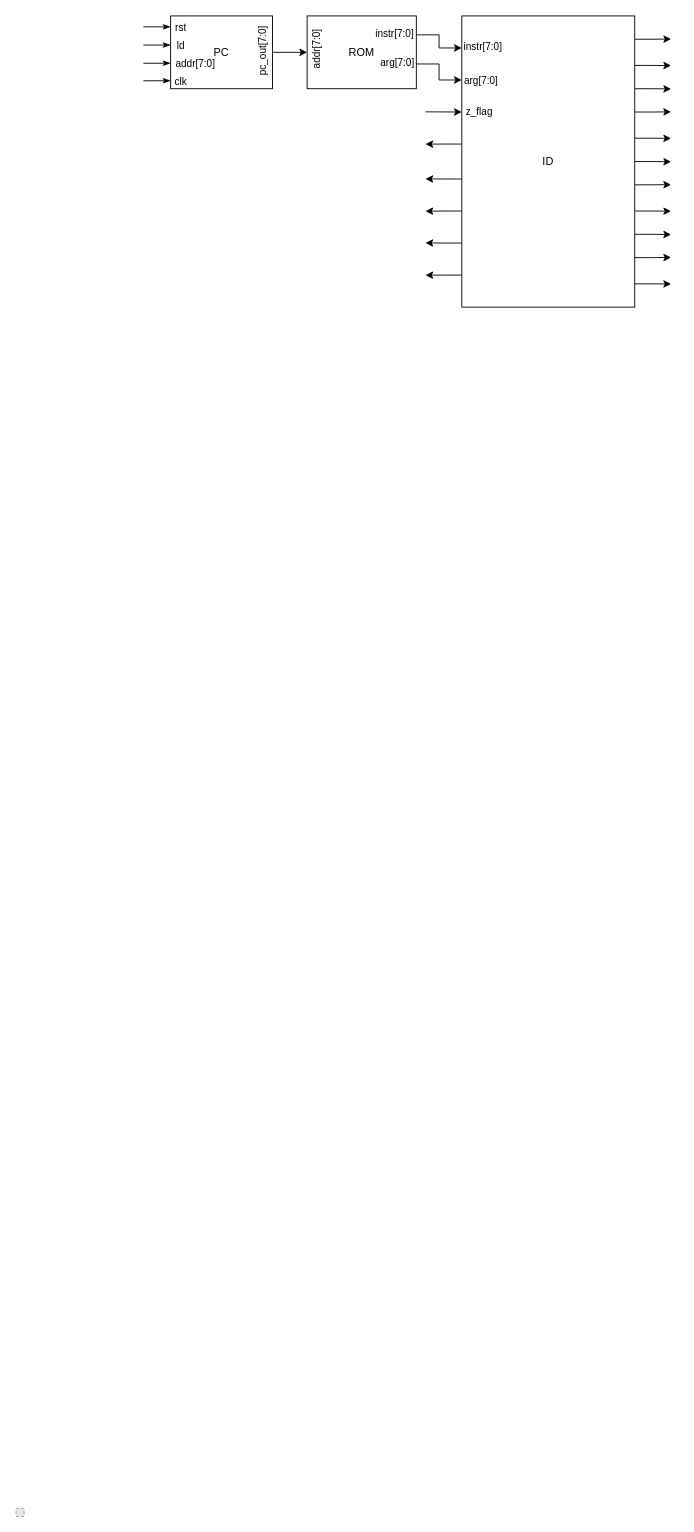
orszoooo/OneCycleCPU keeps this draw.io diagram as Docs/cpu.drawio. Above is the earlier version. Source tidied: cells renumbered, new cells numbered last; positions are measured from the earlier drawing's top-left corner, leaving out a move shared by most shapes. Both pictures are drawn from the tidied source at 91%, with x=0, y=0 at pixel (15, 15). Pictures stored in the file or linked from it are replaced by grey dashed boxes.
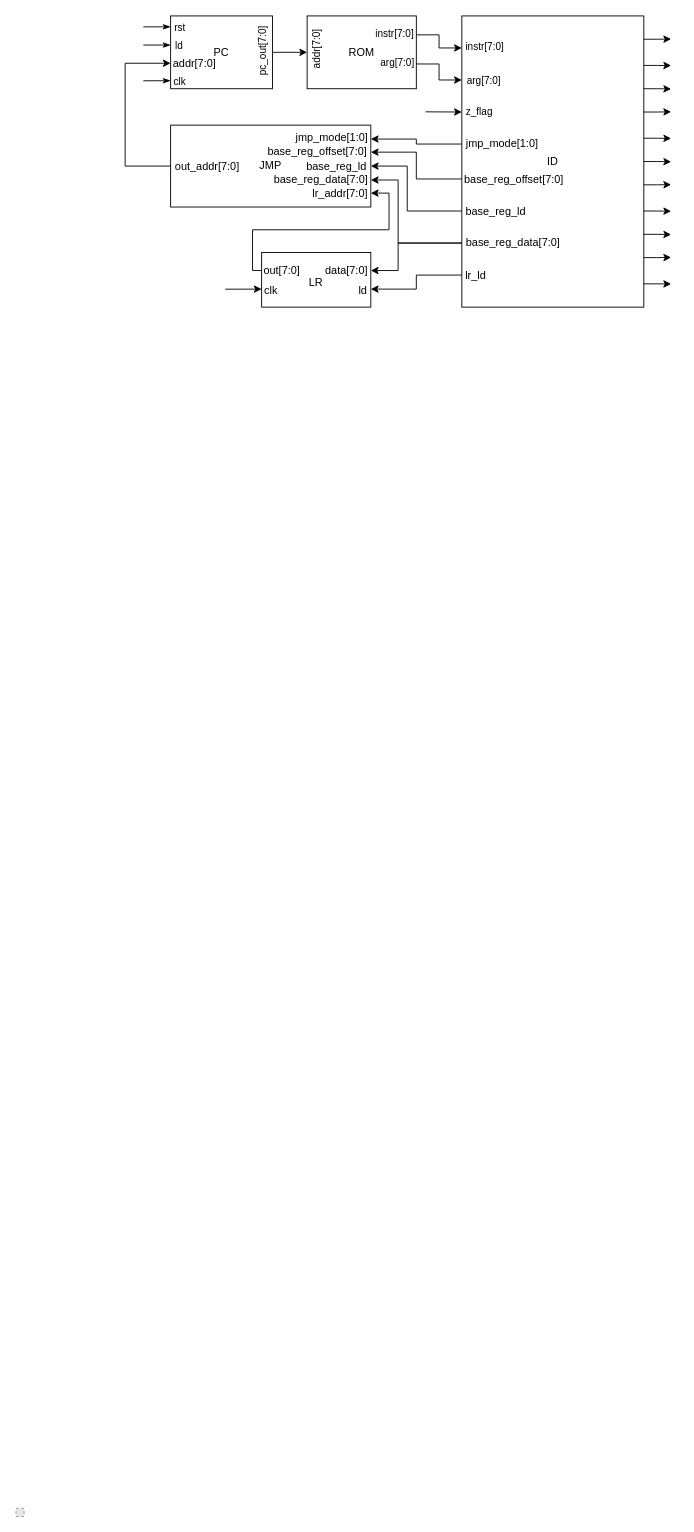
Above is the later version.

Unchanged cells that the change refers to:
```xml
<mxCell id="24" style="edgeStyle=orthogonalEdgeStyle;rounded=0;html=1;exitX=1;exitY=0.26;exitDx=0;exitDy=0;exitPerimeter=0;entryX=0;entryY=0.11;entryDx=0;entryDy=0;entryPerimeter=0;strokeWidth=1;startArrow=none;startFill=0;endArrow=classic;endFill=1;" parent="1" edge="1" source="2" target="19">
  <mxGeometry relative="1" as="geometry" />
</mxCell>
<mxCell id="28" style="edgeStyle=none;html=1;exitX=0;exitY=0.15;exitDx=0;exitDy=0;exitPerimeter=0;startArrow=classicThin;startFill=1;endArrow=none;endFill=0;" parent="1" edge="1" source="27">
  <mxGeometry relative="1" as="geometry">
    <mxPoint x="140" y="12" as="targetPoint" />
  </mxGeometry>
</mxCell>
<mxCell id="30" style="edgeStyle=none;html=1;exitX=0;exitY=0.4;exitDx=0;exitDy=0;exitPerimeter=0;startArrow=classicThin;startFill=1;endArrow=none;endFill=0;" parent="1" edge="1" source="27">
  <mxGeometry relative="1" as="geometry">
    <mxPoint x="140" y="32" as="targetPoint" />
  </mxGeometry>
</mxCell>
<mxCell id="35" style="edgeStyle=none;html=1;exitX=0;exitY=0.89;exitDx=0;exitDy=0;exitPerimeter=0;startArrow=classicThin;startFill=1;endArrow=none;endFill=0;" parent="1" edge="1" source="27">
  <mxGeometry relative="1" as="geometry">
    <mxPoint x="140" y="71.3" as="targetPoint" />
  </mxGeometry>
</mxCell>
```

What changed in the source:
```diff
@@
+    <mxCell id="27" value="PC" style="rounded=0;whiteSpace=wrap;html=1;points=[[0,0.15,0,0,0],[0,0.4,0,0,0],[0,0.65,0,0,0],[0,0.89,0,0,0],[1,0.5,0,0,0]];" parent="1" vertex="1">
+      <mxGeometry x="170" width="112" height="80" as="geometry" />
+    </mxCell>
+    <mxCell id="41" value="JMP" style="rounded=0;whiteSpace=wrap;html=1;strokeColor=default;fontFamily=Helvetica;fontSize=12;fontColor=default;fillColor=default;points=[[0,0.5,0,0,0],[1,0.17,0,0,0],[1,0.33,0,0,0],[1,0.5,0,0,0],[1,0.67,0,0,0],[1,0.83,0,0,0]];" parent="1" vertex="1">
+      <mxGeometry x="170" y="120" width="220" height="90" as="geometry" />
+    </mxCell>
+    <mxCell id="42" style="edgeStyle=orthogonalEdgeStyle;rounded=0;sketch=0;hachureGap=4;jiggle=2;curveFitting=1;html=1;exitX=0;exitY=0.5;exitDx=0;exitDy=0;exitPerimeter=0;fontFamily=Helvetica;fontSize=12;fontColor=default;startArrow=none;startFill=0;endArrow=classic;endFill=1;entryX=0;entryY=0.65;entryDx=0;entryDy=0;entryPerimeter=0;" parent="1" edge="1" source="41" target="27">
+      <mxGeometry relative="1" as="geometry">
+        <Array as="points">
+          <mxPoint x="120" y="165" />
+          <mxPoint x="120" y="52" />
+        </Array>
+      </mxGeometry>
+    </mxCell>
+    <mxCell id="43" value="out_addr[7:0]" style="edgeLabel;html=1;align=center;verticalAlign=middle;fontSize=12;fontFamily=Helvetica;fontColor=default;" parent="42" vertex="1">
+      <mxGeometry x="-0.89" y="-1" relative="1" as="geometry">
+        <mxPoint x="51" y="1" as="offset" />
+      </mxGeometry>
+    </mxCell>
+    <mxCell id="38" value="addr[7:0]" style="edgeLabel;html=1;align=center;verticalAlign=middle;fontSize=12;fontFamily=Helvetica;fontColor=default;" parent="42" vertex="1">
+      <mxGeometry x="0.87" relative="1" as="geometry">
+        <mxPoint x="39" as="offset" />
+      </mxGeometry>
+    </mxCell>
+    <mxCell id="44" style="edgeStyle=orthogonalEdgeStyle;sketch=0;hachureGap=4;jiggle=2;curveFitting=1;html=1;exitX=0;exitY=0.78;exitDx=0;exitDy=0;exitPerimeter=0;entryX=1;entryY=0.67;entryDx=0;entryDy=0;entryPerimeter=0;fontFamily=Helvetica;fontSize=12;fontColor=default;startArrow=none;startFill=0;endArrow=classic;endFill=1;rounded=0;" parent="1" edge="1" source="19" target="41">
+      <mxGeometry relative="1" as="geometry">
+        <Array as="points">
+          <mxPoint x="420" y="250" />
+          <mxPoint x="420" y="180" />
+        </Array>
+      </mxGeometry>
+    </mxCell>
+    <mxCell id="45" value="base_reg_data[7:0]" style="edgeLabel;html=1;align=center;verticalAlign=middle;fontSize=12;fontFamily=Helvetica;fontColor=default;" parent="44" vertex="1">
+      <mxGeometry y="-2" relative="1" as="geometry">
+        <mxPoint x="-88" y="-55" as="offset" />
+      </mxGeometry>
+    </mxCell>
+    <mxCell id="19" value="ID" style="rounded=0;whiteSpace=wrap;html=1;points=[[0,0.11,0,0,0],[0,0.22,0,0,0],[0,0.33,0,0,0],[0,0.44,0,0,0],[0,0.56,0,0,0],[0,0.67,0,0,0],[0,0.78,0,0,0],[0,0.89,0,0,0],[1,0.08,0,0,0],[1,0.17,0,0,0],[1,0.25,0,0,0],[1,0.33,0,0,0],[1,0.42,0,0,0],[1,0.5,0,0,0],[1,0.58,0,0,0],[1,0.67,0,0,0],[1,0.75,0,0,0],[1,0.83,0,0,0],[1,0.92,0,0,0]];" parent="1" vertex="1">
+      <mxGeometry x="490" width="200" height="320" as="geometry" />
+    </mxCell>
+    <mxCell id="46" value="&lt;p&gt;&lt;font style=&quot;font-size: 12px;&quot; face=&quot;Helvetica&quot;&gt;LR&lt;/font&gt;&lt;/p&gt;" style="rounded=0;whiteSpace=wrap;html=1;hachureGap=4;fontFamily=Architects Daughter;fontSize=20;points=[[0,0.33,0,0,0],[0,0.67,0,0,0],[1,0.33,0,0,0],[1,0.67,0,0,0]];" parent="1" vertex="1">
+      <mxGeometry x="270" y="260" width="120" height="60" as="geometry" />
+    </mxCell>
@@
-    <mxCell id="3" style="edgeStyle=orthogonalEdgeStyle;rounded=0;html=1;exitX=0;exitY=0.44;exitDx=0;exitDy=0;exitPerimeter=0;startArrow=none;startFill=0;endArrow=classic;endFill=1;" parent="1" edge="1" source="19">
-      <mxGeometry relative="1" as="geometry">
-        <mxPoint x="450" y="140.9" as="targetPoint" />
-      </mxGeometry>
+    <mxCell id="3" style="edgeStyle=orthogonalEdgeStyle;rounded=0;html=1;exitX=0;exitY=0.44;exitDx=0;exitDy=0;exitPerimeter=0;startArrow=none;startFill=0;endArrow=classic;endFill=1;entryX=1;entryY=0.17;entryDx=0;entryDy=0;entryPerimeter=0;" parent="1" edge="1" source="19" target="41">
+      <mxGeometry relative="1" as="geometry" />
     </mxCell>
+    <mxCell id="47" value="jmp_mode[1:0]" style="edgeLabel;html=1;align=center;verticalAlign=middle;fontSize=12;fontFamily=Helvetica;fontColor=default;" parent="3" vertex="1">
+      <mxGeometry x="-0.18" y="-1" relative="1" as="geometry">
+        <mxPoint x="86" as="offset" />
+      </mxGeometry>
+    </mxCell>
+    <mxCell id="48" value="jmp_mode[1:0]" style="edgeLabel;html=1;align=center;verticalAlign=middle;fontSize=12;fontFamily=Helvetica;fontColor=default;" parent="3" vertex="1">
+      <mxGeometry x="-0.29" relative="1" as="geometry">
+        <mxPoint x="-107" y="-7" as="offset" />
+      </mxGeometry>
+    </mxCell>
-    <mxCell id="4" style="edgeStyle=orthogonalEdgeStyle;rounded=0;html=1;exitX=0;exitY=0.56;exitDx=0;exitDy=0;exitPerimeter=0;startArrow=none;startFill=0;endArrow=classic;endFill=1;" parent="1" edge="1" source="19">
-      <mxGeometry relative="1" as="geometry">
-        <mxPoint x="450" y="179.1" as="targetPoint" />
-      </mxGeometry>
+    <mxCell id="4" style="edgeStyle=orthogonalEdgeStyle;rounded=0;html=1;exitX=0;exitY=0.56;exitDx=0;exitDy=0;exitPerimeter=0;startArrow=none;startFill=0;endArrow=classic;endFill=1;entryX=1;entryY=0.33;entryDx=0;entryDy=0;entryPerimeter=0;" parent="1" edge="1" source="19" target="41">
+      <mxGeometry relative="1" as="geometry" />
     </mxCell>
+    <mxCell id="49" value="base_reg_offset[7:0]" style="edgeLabel;html=1;align=center;verticalAlign=middle;fontSize=12;fontFamily=Helvetica;fontColor=default;" parent="4" vertex="1">
+      <mxGeometry x="-0.74" y="1" relative="1" as="geometry">
+        <mxPoint x="73" y="-1" as="offset" />
+      </mxGeometry>
+    </mxCell>
+    <mxCell id="50" value="base_reg_offset[7:0]" style="edgeLabel;html=1;align=center;verticalAlign=middle;fontSize=12;fontFamily=Helvetica;fontColor=default;" parent="4" vertex="1">
+      <mxGeometry x="0.47" y="-1" relative="1" as="geometry">
+        <mxPoint x="-94" as="offset" />
+      </mxGeometry>
+    </mxCell>
-    <mxCell id="5" style="edgeStyle=orthogonalEdgeStyle;rounded=0;html=1;exitX=0;exitY=0.67;exitDx=0;exitDy=0;exitPerimeter=0;startArrow=none;startFill=0;endArrow=classic;endFill=1;" parent="1" edge="1" source="19">
+    <mxCell id="5" style="edgeStyle=orthogonalEdgeStyle;rounded=0;html=1;exitX=0;exitY=0.67;exitDx=0;exitDy=0;exitPerimeter=0;startArrow=none;startFill=0;endArrow=classic;endFill=1;entryX=1;entryY=0.5;entryDx=0;entryDy=0;entryPerimeter=0;" parent="1" edge="1" source="19" target="41">
       <mxGeometry relative="1" as="geometry">
-        <mxPoint x="450" y="214.6" as="targetPoint" />
+        <Array as="points">
+          <mxPoint x="430" y="214" />
+          <mxPoint x="430" y="165" />
+        </Array>
       </mxGeometry>
     </mxCell>
+    <mxCell id="51" value="base_reg_ld" style="edgeLabel;html=1;align=center;verticalAlign=middle;fontSize=12;fontFamily=Helvetica;fontColor=default;" parent="5" vertex="1">
+      <mxGeometry x="0.63" y="1" relative="1" as="geometry">
+        <mxPoint x="-66" y="-1" as="offset" />
+      </mxGeometry>
+    </mxCell>
-    <mxCell id="6" style="edgeStyle=orthogonalEdgeStyle;rounded=0;html=1;exitX=0;exitY=0.78;exitDx=0;exitDy=0;exitPerimeter=0;startArrow=none;startFill=0;endArrow=classic;endFill=1;" parent="1" edge="1" source="19">
+    <mxCell id="6" style="edgeStyle=orthogonalEdgeStyle;rounded=0;html=1;exitX=0;exitY=0.78;exitDx=0;exitDy=0;exitPerimeter=0;startArrow=none;startFill=0;endArrow=classic;endFill=1;entryX=1;entryY=0.33;entryDx=0;entryDy=0;entryPerimeter=0;" parent="1" edge="1" source="19" target="46">
       <mxGeometry relative="1" as="geometry">
-        <mxPoint x="450" y="249.4" as="targetPoint" />
+        <Array as="points">
+          <mxPoint x="420" y="250" />
+          <mxPoint x="420" y="280" />
+        </Array>
       </mxGeometry>
     </mxCell>
+    <mxCell id="52" value="data[7:0]" style="edgeLabel;html=1;align=center;verticalAlign=middle;fontSize=12;fontFamily=Helvetica;fontColor=default;" parent="6" vertex="1">
+      <mxGeometry x="0.75" relative="1" as="geometry">
+        <mxPoint x="-44" as="offset" />
+      </mxGeometry>
+    </mxCell>
+    <mxCell id="53" value="base_reg_data[7:0]" style="edgeLabel;html=1;align=center;verticalAlign=middle;fontSize=12;fontFamily=Helvetica;fontColor=default;" parent="6" vertex="1">
+      <mxGeometry x="-0.35" y="-1" relative="1" as="geometry">
+        <mxPoint x="97" as="offset" />
+      </mxGeometry>
+    </mxCell>
-    <mxCell id="7" style="edgeStyle=orthogonalEdgeStyle;rounded=0;html=1;exitX=0;exitY=0.89;exitDx=0;exitDy=0;exitPerimeter=0;startArrow=none;startFill=0;endArrow=classic;endFill=1;" parent="1" edge="1" source="19">
-      <mxGeometry relative="1" as="geometry">
-        <mxPoint x="450" y="284.9" as="targetPoint" />
-      </mxGeometry>
+    <mxCell id="7" style="edgeStyle=orthogonalEdgeStyle;rounded=0;html=1;exitX=0;exitY=0.89;exitDx=0;exitDy=0;exitPerimeter=0;startArrow=none;startFill=0;endArrow=classic;endFill=1;entryX=1;entryY=0.67;entryDx=0;entryDy=0;entryPerimeter=0;" parent="1" edge="1" source="19" target="46">
+      <mxGeometry relative="1" as="geometry" />
     </mxCell>
+    <mxCell id="54" value="ld" style="edgeLabel;html=1;align=center;verticalAlign=middle;fontSize=12;fontFamily=Helvetica;fontColor=default;" parent="7" vertex="1">
+      <mxGeometry x="0.89" y="1" relative="1" as="geometry">
+        <mxPoint x="-16" as="offset" />
+      </mxGeometry>
+    </mxCell>
+    <mxCell id="55" value="lr_ld" style="edgeLabel;html=1;align=center;verticalAlign=middle;fontSize=12;fontFamily=Helvetica;fontColor=default;" parent="7" vertex="1">
+      <mxGeometry x="-0.69" y="1" relative="1" as="geometry">
+        <mxPoint x="32" as="offset" />
+      </mxGeometry>
+    </mxCell>
@@
-    <mxCell id="19" value="ID" style="rounded=0;whiteSpace=wrap;html=1;points=[[0,0.11,0,0,0],[0,0.22,0,0,0],[0,0.33,0,0,0],[0,0.44,0,0,0],[0,0.56,0,0,0],[0,0.67,0,0,0],[0,0.78,0,0,0],[0,0.89,0,0,0],[1,0.08,0,0,0],[1,0.17,0,0,0],[1,0.25,0,0,0],[1,0.33,0,0,0],[1,0.42,0,0,0],[1,0.5,0,0,0],[1,0.58,0,0,0],[1,0.67,0,0,0],[1,0.75,0,0,0],[1,0.83,0,0,0],[1,0.92,0,0,0]];" parent="1" vertex="1">
-      <mxGeometry x="490" width="190" height="320" as="geometry" />
-    </mxCell>
@@
     <mxCell id="26" value="instr[7:0]" style="edgeLabel;html=1;align=center;verticalAlign=middle;" parent="24" vertex="1">
       <mxGeometry x="0.54" y="2" relative="1" as="geometry">
-        <mxPoint x="37" as="offset" />
+        <mxPoint x="39" as="offset" />
       </mxGeometry>
     </mxCell>
-    <mxCell id="27" value="PC" style="rounded=0;whiteSpace=wrap;html=1;points=[[0,0.15,0,0,0],[0,0.4,0,0,0],[0,0.65,0,0,0],[0,0.89,0,0,0],[1,0.5,0,0,0]];" parent="1" vertex="1">
-      <mxGeometry x="170" width="112" height="80" as="geometry" />
-    </mxCell>
@@
     <mxCell id="29" value="rst" style="edgeLabel;html=1;align=center;verticalAlign=middle;" parent="28" vertex="1">
       <mxGeometry x="0.68" relative="1" as="geometry">
-        <mxPoint x="35" as="offset" />
+        <mxPoint x="34" as="offset" />
       </mxGeometry>
     </mxCell>
@@
     <mxCell id="31" value="ld" style="edgeLabel;html=1;align=center;verticalAlign=middle;" parent="30" vertex="1">
       <mxGeometry x="0.52" relative="1" as="geometry">
-        <mxPoint x="33" as="offset" />
+        <mxPoint x="31" as="offset" />
       </mxGeometry>
     </mxCell>
@@
     <mxCell id="36" value="clk" style="edgeLabel;html=1;align=center;verticalAlign=middle;" parent="35" vertex="1">
       <mxGeometry x="0.31" relative="1" as="geometry">
-        <mxPoint x="30" as="offset" />
+        <mxPoint x="29" as="offset" />
       </mxGeometry>
     </mxCell>
-    <mxCell id="37" style="edgeStyle=none;html=1;exitX=0;exitY=0.65;exitDx=0;exitDy=0;exitPerimeter=0;startArrow=classicThin;startFill=1;endArrow=none;endFill=0;strokeWidth=1;rounded=1;" parent="1" edge="1" source="27">
-      <mxGeometry relative="1" as="geometry">
-        <mxPoint x="140" y="52" as="targetPoint" />
-      </mxGeometry>
-    </mxCell>
-    <mxCell id="38" value="addr[7:0]" style="edgeLabel;html=1;align=center;verticalAlign=middle;" parent="37" vertex="1">
-      <mxGeometry relative="1" as="geometry">
-        <mxPoint x="41" as="offset" />
-      </mxGeometry>
-    </mxCell>
@@
     <mxCell id="40" value="arg[7:0]" style="edgeLabel;html=1;align=center;verticalAlign=middle;" parent="1" vertex="1">
-      <mxGeometry x="510" y="70" as="geometry" />
+      <mxGeometry x="513" y="70" as="geometry" />
     </mxCell>
+    <mxCell id="56" style="edgeStyle=orthogonalEdgeStyle;hachureGap=4;html=1;exitX=0;exitY=0.33;exitDx=0;exitDy=0;exitPerimeter=0;fontFamily=Helvetica;fontSize=12;fontColor=default;entryX=1;entryY=0.83;entryDx=0;entryDy=0;entryPerimeter=0;rounded=0;" parent="1" edge="1" source="46" target="41">
+      <mxGeometry relative="1" as="geometry">
+        <Array as="points">
+          <mxPoint x="260" y="280" />
+          <mxPoint x="260" y="235" />
+          <mxPoint x="410" y="235" />
+          <mxPoint x="410" y="195" />
+        </Array>
+      </mxGeometry>
+    </mxCell>
+    <mxCell id="57" value="out[7:0]" style="edgeLabel;html=1;align=center;verticalAlign=middle;fontSize=12;fontFamily=Helvetica;fontColor=default;" parent="56" vertex="1">
+      <mxGeometry x="-0.64" y="2" relative="1" as="geometry">
+        <mxPoint x="33" y="38" as="offset" />
+      </mxGeometry>
+    </mxCell>
+    <mxCell id="58" value="lr_addr[7:0]" style="edgeLabel;html=1;align=center;verticalAlign=middle;fontSize=12;fontFamily=Helvetica;fontColor=default;" parent="56" vertex="1">
+      <mxGeometry x="0.75" y="-1" relative="1" as="geometry">
+        <mxPoint x="-56" y="-13" as="offset" />
+      </mxGeometry>
+    </mxCell>
+    <mxCell id="59" style="edgeStyle=none;sketch=0;hachureGap=4;jiggle=2;curveFitting=1;html=1;exitX=0;exitY=0.67;exitDx=0;exitDy=0;exitPerimeter=0;fontFamily=Helvetica;fontSize=12;fontColor=default;startArrow=classic;startFill=1;endArrow=none;endFill=0;" parent="1" edge="1" source="46">
+      <mxGeometry relative="1" as="geometry">
+        <mxPoint x="230" y="300.3" as="targetPoint" />
+      </mxGeometry>
+    </mxCell>
+    <mxCell id="60" value="clk" style="edgeLabel;html=1;align=center;verticalAlign=middle;fontSize=12;fontFamily=Helvetica;fontColor=default;" parent="59" vertex="1">
+      <mxGeometry x="0.41" y="1" relative="1" as="geometry">
+        <mxPoint x="37" as="offset" />
+      </mxGeometry>
+    </mxCell>
+    <mxCell id="61" value="base_reg_ld" style="edgeLabel;html=1;align=center;verticalAlign=middle;fontSize=12;fontFamily=Helvetica;fontColor=default;" parent="1" vertex="1">
+      <mxGeometry x="526" y="214" as="geometry" />
+    </mxCell>
```
